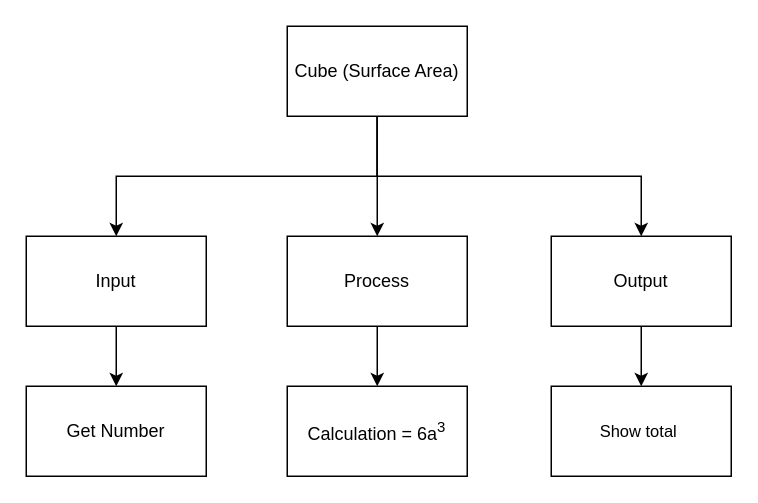
Dahrio-Francois/ICS3U-Assignment2-Python keeps this draw.io diagram as Cube SA (Top-Down).drawio. Above is the earlier version. Source tidied: cells renumbered, new cells numbered last; positions are measured from the earlier drawing's top-left corner, leaving out a move shared by most shapes. Both pictures are drawn from the tidied source at 150%, with x=0, y=0 at pixel (26, 26).
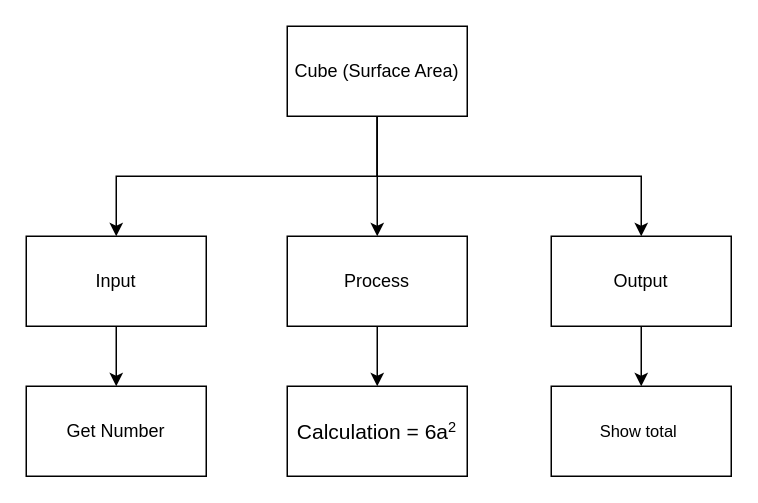
After the change.

Commit message (it also covers changes not shown here):
made changes to Cube SA Top-Down and Flowchart Designs

Change to the diagram source:
```diff
@@
 <mxGraphModel>
   <root>
     <mxCell id="0" />
     <mxCell id="1" parent="0" />
     <mxCell id="2" style="edgeStyle=orthogonalEdgeStyle;html=1;entryX=0.5;entryY=0;entryDx=0;entryDy=0;rounded=0;" parent="1" edge="1" source="5" target="7">
       <mxGeometry relative="1" as="geometry">
         <Array as="points">
           <mxPoint x="234" y="100" />
           <mxPoint x="60" y="100" />
         </Array>
       </mxGeometry>
     </mxCell>
     <mxCell id="3" style="edgeStyle=orthogonalEdgeStyle;html=1;entryX=0.5;entryY=0;entryDx=0;entryDy=0;rounded=0;" parent="1" edge="1" source="5" target="11">
       <mxGeometry relative="1" as="geometry">
         <Array as="points">
           <mxPoint x="234" y="100" />
           <mxPoint x="410" y="100" />
         </Array>
       </mxGeometry>
     </mxCell>
     <mxCell id="4" style="edgeStyle=orthogonalEdgeStyle;shape=connector;rounded=0;html=1;entryX=0.5;entryY=0;entryDx=0;entryDy=0;labelBackgroundColor=default;fontFamily=Helvetica;fontSize=11;fontColor=default;endArrow=classic;strokeColor=default;" parent="1" edge="1" source="5" target="9">
       <mxGeometry relative="1" as="geometry" />
     </mxCell>
     <mxCell id="5" value="Cube (Surface Area)" style="rounded=0;whiteSpace=wrap;html=1;" parent="1" vertex="1">
       <mxGeometry x="174" width="120" height="60" as="geometry" />
     </mxCell>
     <mxCell id="6" style="edgeStyle=orthogonalEdgeStyle;rounded=0;html=1;entryX=0.5;entryY=0;entryDx=0;entryDy=0;elbow=vertical;" parent="1" edge="1" source="7" target="12">
       <mxGeometry relative="1" as="geometry" />
     </mxCell>
     <mxCell id="7" value="Input" style="rounded=0;whiteSpace=wrap;html=1;" parent="1" vertex="1">
       <mxGeometry y="140" width="120" height="60" as="geometry" />
     </mxCell>
     <mxCell id="8" style="edgeStyle=orthogonalEdgeStyle;rounded=0;html=1;" parent="1" edge="1" source="9" target="14">
       <mxGeometry relative="1" as="geometry" />
     </mxCell>
     <mxCell id="9" value="Process" style="rounded=0;whiteSpace=wrap;html=1;" parent="1" vertex="1">
       <mxGeometry x="174" y="140" width="120" height="60" as="geometry" />
     </mxCell>
     <mxCell id="10" style="edgeStyle=orthogonalEdgeStyle;shape=connector;rounded=0;html=1;entryX=0.5;entryY=0;entryDx=0;entryDy=0;labelBackgroundColor=default;fontFamily=Helvetica;fontSize=11;fontColor=default;endArrow=classic;strokeColor=default;" parent="1" edge="1" source="11" target="13">
       <mxGeometry relative="1" as="geometry" />
     </mxCell>
     <mxCell id="11" value="Output" style="rounded=0;whiteSpace=wrap;html=1;" parent="1" vertex="1">
       <mxGeometry x="350" y="140" width="120" height="60" as="geometry" />
     </mxCell>
     <mxCell id="12" value="Get Number" style="rounded=0;whiteSpace=wrap;html=1;" parent="1" vertex="1">
       <mxGeometry y="240" width="120" height="60" as="geometry" />
     </mxCell>
     <mxCell id="13" value="Show total&amp;nbsp;" style="rounded=0;whiteSpace=wrap;html=1;fontFamily=Helvetica;fontSize=11;fontColor=default;" parent="1" vertex="1">
       <mxGeometry x="350" y="240" width="120" height="60" as="geometry" />
     </mxCell>
-    <mxCell id="14" value="Calculation = 6a&lt;sup&gt;3&lt;/sup&gt;" style="rounded=0;whiteSpace=wrap;html=1;" parent="1" vertex="1">
+    <mxCell id="14" value="&lt;font style=&quot;font-size: 14px&quot;&gt;Calculation = 6a&lt;/font&gt;&lt;font style=&quot;font-size: 11.6667px&quot;&gt;&lt;sup&gt;2&lt;/sup&gt;&lt;/font&gt;" style="rounded=0;whiteSpace=wrap;html=1;" parent="1" vertex="1">
       <mxGeometry x="174" y="240" width="120" height="60" as="geometry" />
     </mxCell>
   </root>
 </mxGraphModel>
```
